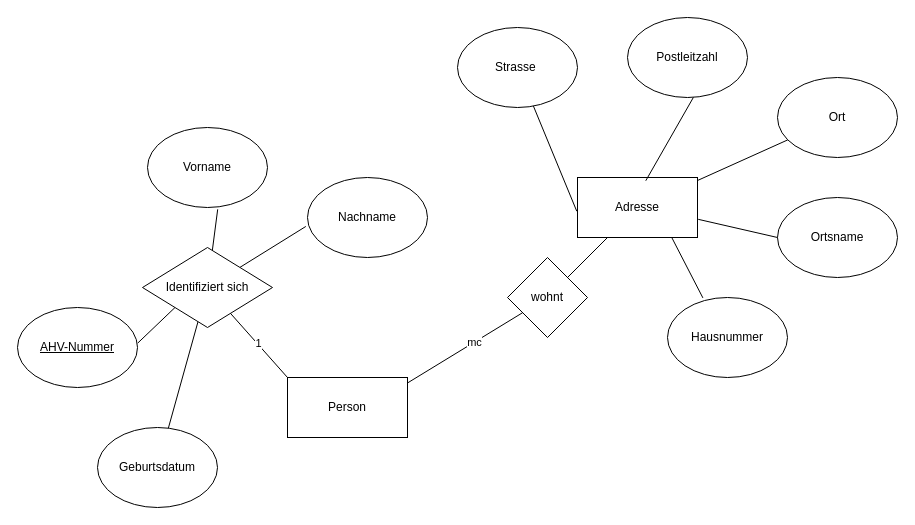
The draw.io diagram 1.LJ/M162/02 ER-Modell/4.2 Adressen/adressen.dio in RubeldiRubelda/BBZW_Arbeitsbl-tter_und_Cheat_Sheets_INA2025, before the edit. Source tidied: cells renumbered, new cells numbered last; positions are measured from the earlier drawing's top-left corner, leaving out a move shared by most shapes. Both pictures are drawn from the tidied source at 100%, with x=0, y=0 at pixel (17, 17).
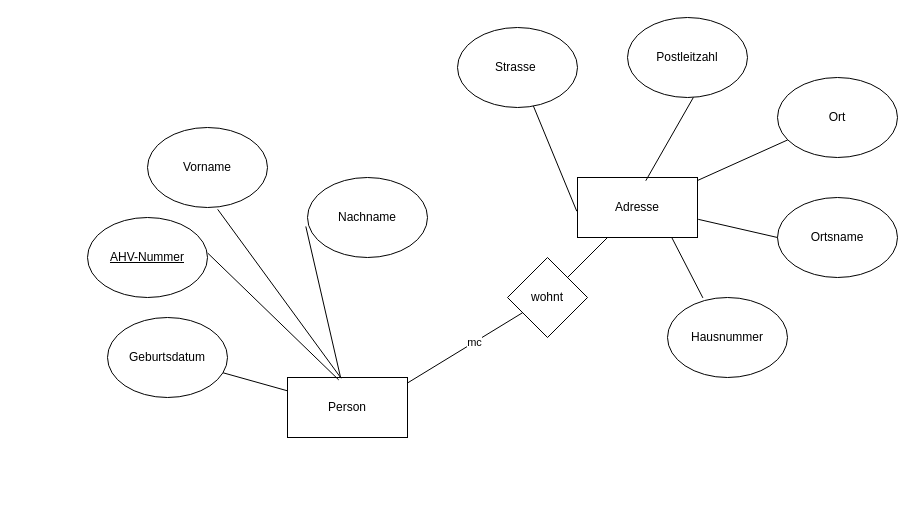
Above is the later version.

The change refers to these unchanged cells:
```xml
<mxCell id="2" value="Person" style="rounded=0;whiteSpace=wrap;html=1;" parent="1" vertex="1">
  <mxGeometry x="270" y="360" width="120" height="60" as="geometry" />
</mxCell>
<mxCell id="3" value="Vorname" style="ellipse;whiteSpace=wrap;html=1;" parent="1" vertex="1">
  <mxGeometry x="130" y="110" width="120" height="80" as="geometry" />
</mxCell>
<mxCell id="6" value="Nachname" style="ellipse;whiteSpace=wrap;html=1;" parent="1" vertex="1">
  <mxGeometry x="290" y="160" width="120" height="80" as="geometry" />
</mxCell>
```

Change to the diagram source:
```diff
@@
     <mxCell id="4" value="Geburtsdatum" style="ellipse;whiteSpace=wrap;html=1;" parent="1" vertex="1">
-      <mxGeometry x="80" y="410" width="120" height="80" as="geometry" />
+      <mxGeometry x="90" y="300" width="120" height="80" as="geometry" />
     </mxCell>
     <mxCell id="5" value="&lt;u&gt;AHV-Nummer&lt;/u&gt;" style="ellipse;whiteSpace=wrap;html=1;" parent="1" vertex="1">
-      <mxGeometry y="290" width="120" height="80" as="geometry" />
+      <mxGeometry x="70" y="200" width="120" height="80" as="geometry" />
     </mxCell>
@@
-    <mxCell id="22" style="endArrow=none;html=1;entryX=0.585;entryY=1.023;entryDx=0;entryDy=0;entryPerimeter=0;" parent="1" edge="1" source="26" target="3">
+    <mxCell id="22" style="endArrow=none;html=1;entryX=0.585;entryY=1.023;entryDx=0;entryDy=0;entryPerimeter=0;exitX=0.447;exitY=0.013;exitDx=0;exitDy=0;exitPerimeter=0;" parent="1" edge="1" source="2" target="3">
       <mxGeometry relative="1" as="geometry" />
     </mxCell>
-    <mxCell id="23" style="endArrow=none;html=1;exitX=1.002;exitY=0.445;exitDx=0;exitDy=0;exitPerimeter=0;entryX=0;entryY=1;entryDx=0;entryDy=0;" parent="1" edge="1" source="5" target="26">
+    <mxCell id="23" style="endArrow=none;html=1;exitX=1.002;exitY=0.445;exitDx=0;exitDy=0;exitPerimeter=0;entryX=0.427;entryY=0.04;entryDx=0;entryDy=0;entryPerimeter=0;" parent="1" edge="1" source="5" target="2">
       <mxGeometry relative="1" as="geometry" />
     </mxCell>
-    <mxCell id="24" style="endArrow=none;html=1;" parent="1" edge="1" source="4" target="26">
+    <mxCell id="24" style="endArrow=none;html=1;" parent="1" edge="1" source="4" target="2">
       <mxGeometry relative="1" as="geometry" />
     </mxCell>
-    <mxCell id="25" style="endArrow=none;html=1;entryX=-0.014;entryY=0.612;entryDx=0;entryDy=0;entryPerimeter=0;" parent="1" edge="1" source="26" target="6">
+    <mxCell id="25" style="endArrow=none;html=1;entryX=-0.014;entryY=0.612;entryDx=0;entryDy=0;entryPerimeter=0;" parent="1" edge="1" source="2" target="6">
       <mxGeometry relative="1" as="geometry" />
     </mxCell>
-    <mxCell id="26" value="Identifiziert sich" style="rhombus;whiteSpace=wrap;html=1;" parent="1" vertex="1">
-      <mxGeometry x="125" y="230" width="130" height="80" as="geometry" />
-    </mxCell>
-    <mxCell id="27" style="endArrow=none;html=1;exitX=0;exitY=0;exitDx=0;exitDy=0;" parent="1" edge="1" source="2" target="26">
-      <mxGeometry relative="1" as="geometry" />
-    </mxCell>
-    <mxCell id="28" value="1" style="edgeLabel;html=1;align=center;verticalAlign=middle;" parent="27" vertex="1">
-      <mxGeometry x="0.05" y="-1" relative="1" as="geometry" />
-    </mxCell>
```
